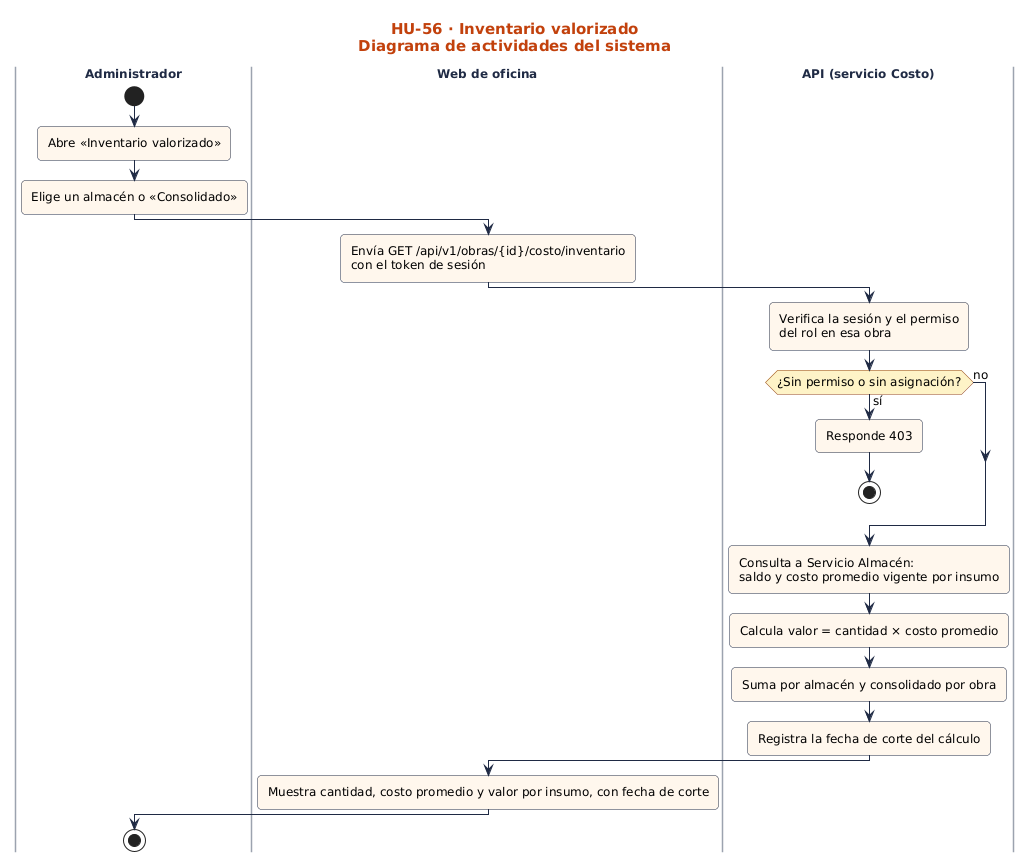
Above: docs/sprint-2/diagramas-hu/hu-56-inventario-valorizado/actividades.png in nandoestebanif/sevens-sigro (PlantUML), before the change.
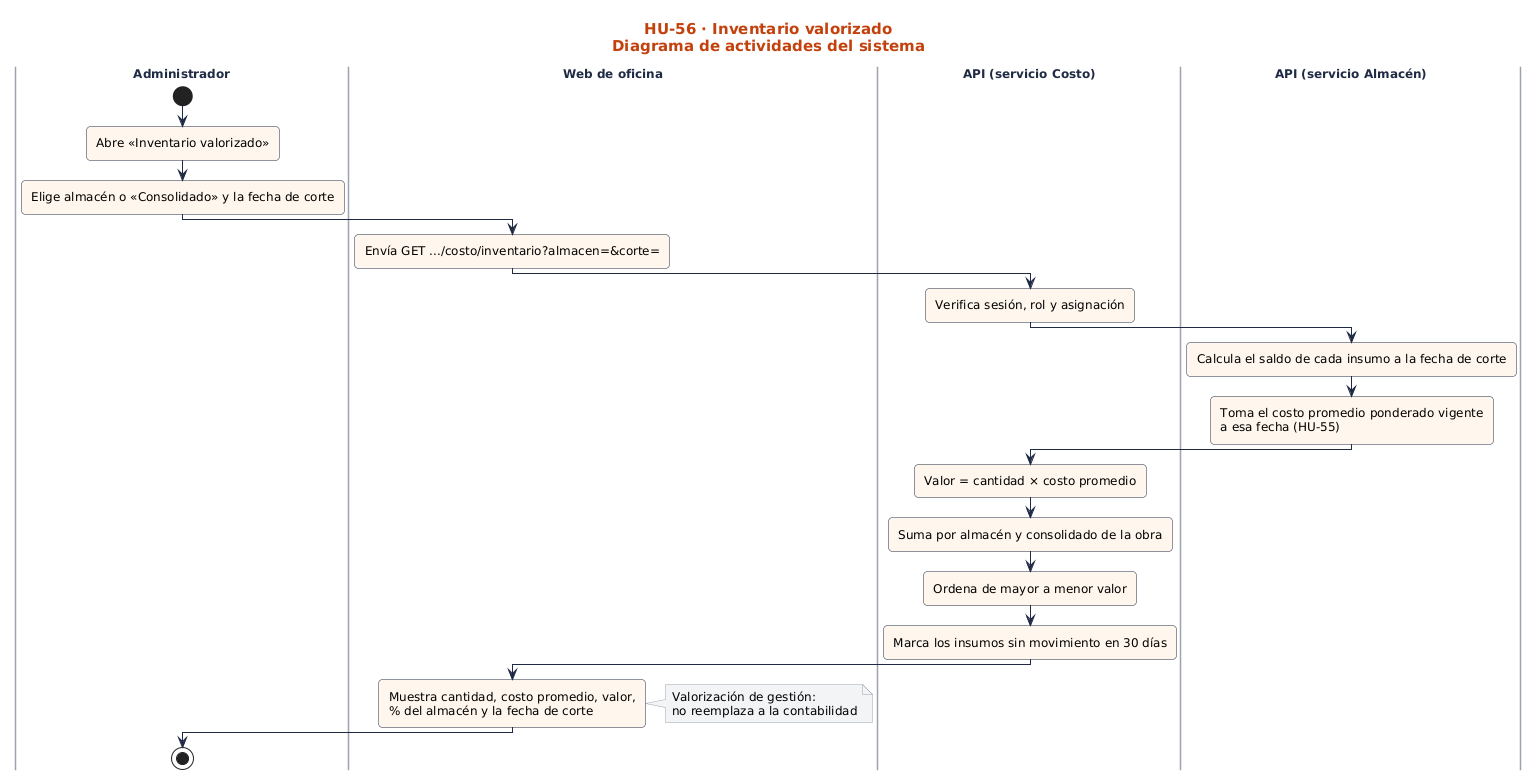
After the change.

What changed in the source:
```diff
@@ -4,22 +4,22 @@
 |Administrador|
 start
 :Abre «Inventario valorizado»;
-:Elige un almacén o «Consolidado»;
+:Elige almacén o «Consolidado» y la fecha de corte;
 |Web de oficina|
-:Envía GET /api/v1/obras/{id}/costo/inventario\ncon el token de sesión;
+:Envía GET .../costo/inventario?almacen=&corte=;
 |API (servicio Costo)|
-:Verifica la sesión y el permiso\ndel rol en esa obra;
-if (¿Sin permiso o sin asignación?) then (sí)
-:Responde 403;
-stop
-else (no)
-endif
-:Consulta a Servicio Almacén:\nsaldo y costo promedio vigente por insumo;
-:Calcula valor = cantidad × costo promedio;
-:Suma por almacén y consolidado por obra;
-:Registra la fecha de corte del cálculo;
+:Verifica sesión, rol y asignación;
+|API (servicio Almacén)|
+:Calcula el saldo de cada insumo a la fecha de corte;
+:Toma el costo promedio ponderado vigente\na esa fecha (HU-55);
+|API (servicio Costo)|
+:Valor = cantidad × costo promedio;
+:Suma por almacén y consolidado de la obra;
+:Ordena de mayor a menor valor;
+:Marca los insumos sin movimiento en 30 días;
 |Web de oficina|
-:Muestra cantidad, costo promedio y valor por insumo, con fecha de corte;
+:Muestra cantidad, costo promedio, valor,\n% del almacén y la fecha de corte;
+note right: Valorización de gestión:\nno reemplaza a la contabilidad
 |Administrador|
 stop
 @enduml
```
